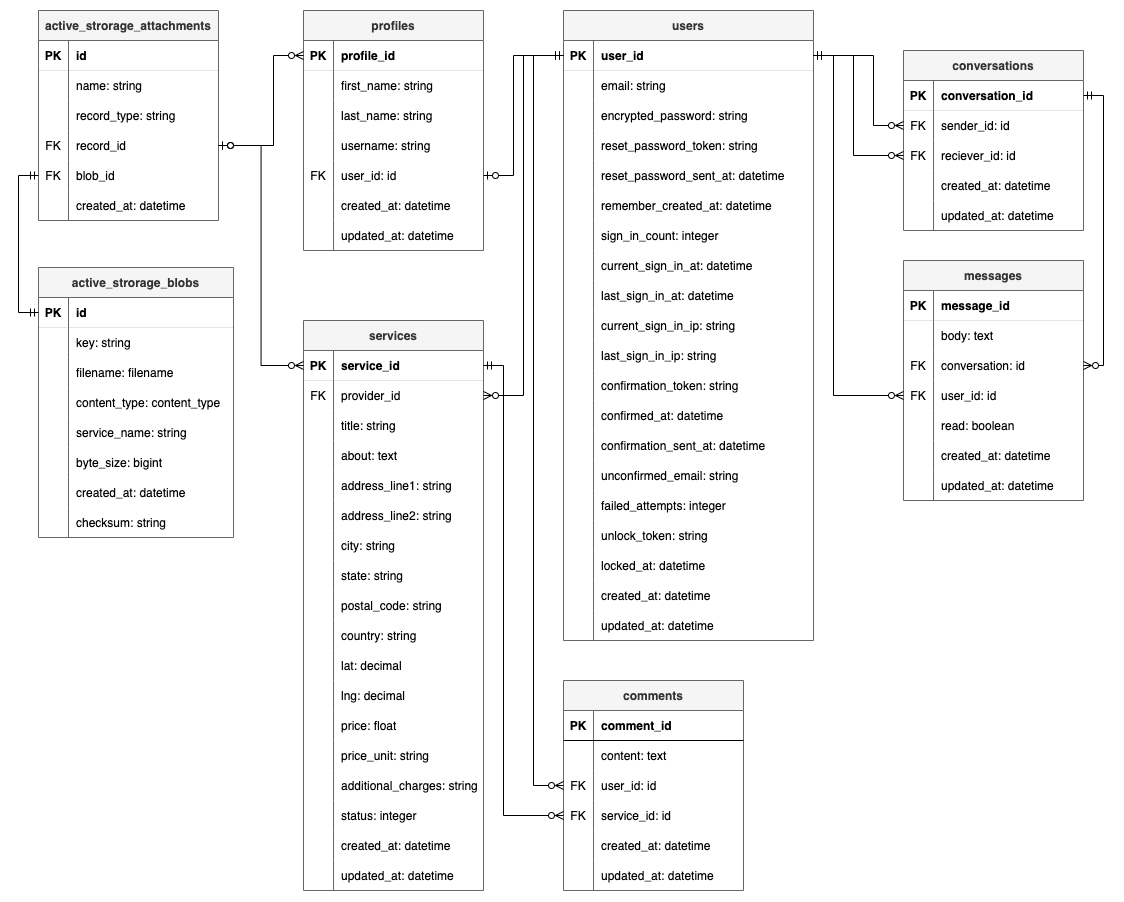
This is md_images/schema_erd.png from mickcaff/T2A2-Assignmnet-Marketplace, a draw.io export, as it was before one commit. Source tidied: cells renumbered, new cells last; positions are measured from the earlier drawing's top-left corner, leaving out a move shared by most shapes.
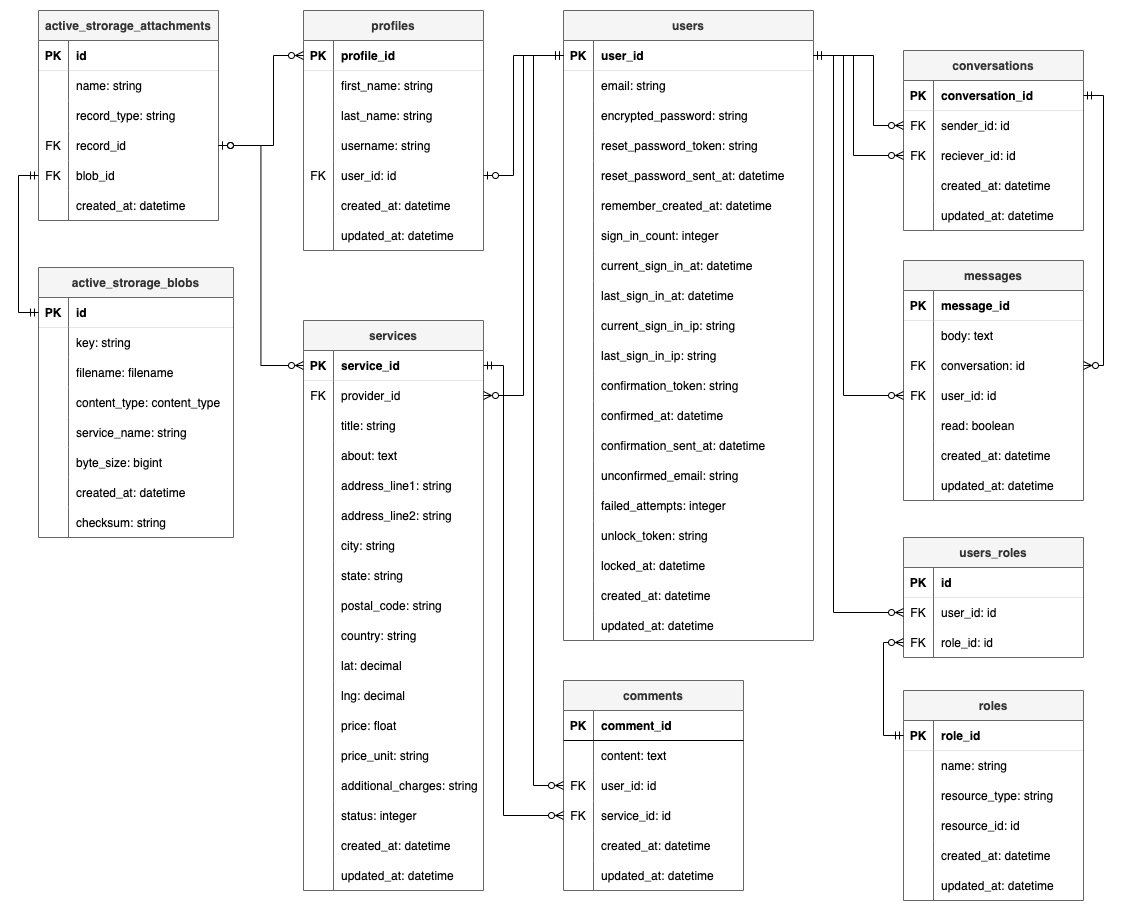
Above is the later version.

Change to the diagram source:
```diff
@@ -776,8 +776,8 @@
     <mxCell id="249" style="edgeStyle=orthogonalEdgeStyle;rounded=0;jettySize=auto;html=1;entryX=0;entryY=0.5;entryDx=0;entryDy=0;startArrow=ERmandOne;startFill=0;endArrow=ERzeroToMany;endFill=0;" parent="1" edge="1" source="58" target="214">
       <mxGeometry relative="1" as="geometry">
         <Array as="points">
-          <mxPoint x="795" y="45" />
-          <mxPoint x="795" y="385" />
+          <mxPoint x="805" y="45" />
+          <mxPoint x="805" y="385" />
         </Array>
       </mxGeometry>
     </mxCell>
@@ -797,5 +797,103 @@
         </Array>
       </mxGeometry>
     </mxCell>
+    <mxCell id="252" value="users_roles" style="shape=table;startSize=30;rowLines=0;fontStyle=1;align=center;labelBackgroundColor=none;shadow=0;rounded=0;fillColor=#f5f5f5;fontColor=#333333;strokeColor=#666666;" parent="1" vertex="1">
+      <mxGeometry x="865" y="527" width="180" height="120" as="geometry" />
+    </mxCell>
+    <mxCell id="253" style="shape=tableRow;horizontal=0;startSize=0;swimlaneHead=0;swimlaneBody=0;fillColor=none;top=0;left=0;right=0;bottom=1;strokeWidth=0;" parent="252" vertex="1">
+      <mxGeometry y="30" width="180" height="30" as="geometry" />
+    </mxCell>
+    <mxCell id="254" value="PK" style="shape=partialRectangle;fillColor=none;top=0;left=0;bottom=0;right=0;fontStyle=1;overflow=hidden;" parent="253" vertex="1">
+      <mxGeometry width="30" height="30" as="geometry" />
+    </mxCell>
+    <mxCell id="255" value="id" style="shape=partialRectangle;fillColor=none;top=0;left=0;bottom=0;right=0;align=left;spacingLeft=6;fontStyle=1;overflow=hidden;" parent="253" vertex="1">
+      <mxGeometry x="30" width="150" height="30" as="geometry" />
+    </mxCell>
+    <mxCell id="256" style="shape=tableRow;horizontal=0;startSize=0;swimlaneHead=0;swimlaneBody=0;fillColor=none;points=[[0,0.5],[1,0.5]];portConstraint=eastwest;top=0;left=0;right=0;bottom=0;" parent="252" vertex="1">
+      <mxGeometry y="60" width="180" height="30" as="geometry" />
+    </mxCell>
+    <mxCell id="257" value="FK" style="shape=partialRectangle;fillColor=none;top=0;left=0;bottom=0;right=0;overflow=hidden;" parent="256" vertex="1">
+      <mxGeometry width="30" height="30" as="geometry" />
+    </mxCell>
+    <mxCell id="258" value="user_id: id" style="shape=partialRectangle;fillColor=none;top=0;left=0;bottom=0;right=0;align=left;spacingLeft=6;overflow=hidden;" parent="256" vertex="1">
+      <mxGeometry x="30" width="150" height="30" as="geometry" />
+    </mxCell>
+    <mxCell id="259" style="shape=tableRow;horizontal=0;startSize=0;swimlaneHead=0;swimlaneBody=0;fillColor=none;points=[[0,0.5],[1,0.5]];portConstraint=eastwest;top=0;left=0;right=0;bottom=0;" parent="252" vertex="1">
+      <mxGeometry y="90" width="180" height="30" as="geometry" />
+    </mxCell>
+    <mxCell id="260" value="FK" style="shape=partialRectangle;fillColor=none;top=0;left=0;bottom=0;right=0;overflow=hidden;" parent="259" vertex="1">
+      <mxGeometry width="30" height="30" as="geometry" />
+    </mxCell>
+    <mxCell id="261" value="role_id: id " style="shape=partialRectangle;fillColor=none;top=0;left=0;bottom=0;right=0;align=left;spacingLeft=6;overflow=hidden;" parent="259" vertex="1">
+      <mxGeometry x="30" width="150" height="30" as="geometry" />
+    </mxCell>
+    <mxCell id="262" value="roles" style="shape=table;startSize=30;rowLines=0;fontStyle=1;align=center;labelBackgroundColor=none;shadow=0;rounded=0;fillColor=#f5f5f5;fontColor=#333333;strokeColor=#666666;" parent="1" vertex="1">
+      <mxGeometry x="865" y="680" width="180" height="210" as="geometry" />
+    </mxCell>
+    <mxCell id="263" style="shape=tableRow;horizontal=0;startSize=0;swimlaneHead=0;swimlaneBody=0;fillColor=none;points=[[0,0.5],[1,0.5]];portConstraint=eastwest;top=0;left=0;right=0;bottom=1;strokeWidth=0;" parent="262" vertex="1">
+      <mxGeometry y="30" width="180" height="30" as="geometry" />
+    </mxCell>
+    <mxCell id="264" value="PK" style="shape=partialRectangle;fillColor=none;top=0;left=0;bottom=0;right=0;fontStyle=1;overflow=hidden;" parent="263" vertex="1">
+      <mxGeometry width="30" height="30" as="geometry" />
+    </mxCell>
+    <mxCell id="265" value="role_id" style="shape=partialRectangle;fillColor=none;top=0;left=0;bottom=0;right=0;align=left;spacingLeft=6;fontStyle=1;overflow=hidden;" parent="263" vertex="1">
+      <mxGeometry x="30" width="150" height="30" as="geometry" />
+    </mxCell>
+    <mxCell id="266" style="shape=tableRow;horizontal=0;startSize=0;swimlaneHead=0;swimlaneBody=0;fillColor=none;top=0;left=0;right=0;bottom=0;" parent="262" vertex="1">
+      <mxGeometry y="60" width="180" height="30" as="geometry" />
+    </mxCell>
+    <mxCell id="267" style="shape=partialRectangle;fillColor=none;top=0;left=0;bottom=0;right=0;overflow=hidden;" parent="266" vertex="1">
+      <mxGeometry width="30" height="30" as="geometry" />
+    </mxCell>
+    <mxCell id="268" value="name: string " style="shape=partialRectangle;fillColor=none;top=0;left=0;bottom=0;right=0;align=left;spacingLeft=6;overflow=hidden;" parent="266" vertex="1">
+      <mxGeometry x="30" width="150" height="30" as="geometry" />
+    </mxCell>
+    <mxCell id="269" style="shape=tableRow;horizontal=0;startSize=0;swimlaneHead=0;swimlaneBody=0;fillColor=none;top=0;left=0;right=0;bottom=0;" parent="262" vertex="1">
+      <mxGeometry y="90" width="180" height="30" as="geometry" />
+    </mxCell>
+    <mxCell id="270" style="shape=partialRectangle;fillColor=none;top=0;left=0;bottom=0;right=0;overflow=hidden;" parent="269" vertex="1">
+      <mxGeometry width="30" height="30" as="geometry" />
+    </mxCell>
+    <mxCell id="271" value="resource_type: string " style="shape=partialRectangle;fillColor=none;top=0;left=0;bottom=0;right=0;align=left;spacingLeft=6;overflow=hidden;" parent="269" vertex="1">
+      <mxGeometry x="30" width="150" height="30" as="geometry" />
+    </mxCell>
+    <mxCell id="272" style="shape=tableRow;horizontal=0;startSize=0;swimlaneHead=0;swimlaneBody=0;fillColor=none;top=0;left=0;right=0;bottom=0;" parent="262" vertex="1">
+      <mxGeometry y="120" width="180" height="30" as="geometry" />
+    </mxCell>
+    <mxCell id="273" style="shape=partialRectangle;fillColor=none;top=0;left=0;bottom=0;right=0;overflow=hidden;" parent="272" vertex="1">
+      <mxGeometry width="30" height="30" as="geometry" />
+    </mxCell>
+    <mxCell id="274" value="resource_id: id " style="shape=partialRectangle;fillColor=none;top=0;left=0;bottom=0;right=0;align=left;spacingLeft=6;overflow=hidden;" parent="272" vertex="1">
+      <mxGeometry x="30" width="150" height="30" as="geometry" />
+    </mxCell>
+    <mxCell id="275" style="shape=tableRow;horizontal=0;startSize=0;swimlaneHead=0;swimlaneBody=0;fillColor=none;top=0;left=0;right=0;bottom=0;" parent="262" vertex="1">
+      <mxGeometry y="150" width="180" height="30" as="geometry" />
+    </mxCell>
+    <mxCell id="276" style="shape=partialRectangle;fillColor=none;top=0;left=0;bottom=0;right=0;overflow=hidden;" parent="275" vertex="1">
+      <mxGeometry width="30" height="30" as="geometry" />
+    </mxCell>
+    <mxCell id="277" value="created_at: datetime" style="shape=partialRectangle;fillColor=none;top=0;left=0;bottom=0;right=0;align=left;spacingLeft=6;overflow=hidden;" parent="275" vertex="1">
+      <mxGeometry x="30" width="150" height="30" as="geometry" />
+    </mxCell>
+    <mxCell id="278" style="shape=tableRow;horizontal=0;startSize=0;swimlaneHead=0;swimlaneBody=0;fillColor=none;top=0;left=0;right=0;bottom=0;" parent="262" vertex="1">
+      <mxGeometry y="180" width="180" height="30" as="geometry" />
+    </mxCell>
+    <mxCell id="279" style="shape=partialRectangle;fillColor=none;top=0;left=0;bottom=0;right=0;overflow=hidden;" parent="278" vertex="1">
+      <mxGeometry width="30" height="30" as="geometry" />
+    </mxCell>
+    <mxCell id="280" value="updated_at: datetime" style="shape=partialRectangle;fillColor=none;top=0;left=0;bottom=0;right=0;align=left;spacingLeft=6;overflow=hidden;" parent="278" vertex="1">
+      <mxGeometry x="30" width="150" height="30" as="geometry" />
+    </mxCell>
+    <mxCell id="281" style="edgeStyle=orthogonalEdgeStyle;rounded=0;jettySize=auto;html=1;entryX=0;entryY=0.5;entryDx=0;entryDy=0;startArrow=ERzeroToMany;startFill=0;endArrow=ERmandOne;endFill=0;" parent="1" edge="1" source="259" target="263">
+      <mxGeometry relative="1" as="geometry" />
+    </mxCell>
+    <mxCell id="282" style="edgeStyle=orthogonalEdgeStyle;rounded=0;jettySize=auto;html=1;entryX=0;entryY=0.5;entryDx=0;entryDy=0;endArrow=ERzeroToMany;endFill=0;" parent="1" edge="1" source="58" target="256">
+      <mxGeometry relative="1" as="geometry">
+        <Array as="points">
+          <mxPoint x="795" y="45" />
+          <mxPoint x="795" y="602" />
+        </Array>
+      </mxGeometry>
+    </mxCell>
   </root>
 </mxGraphModel>
```
